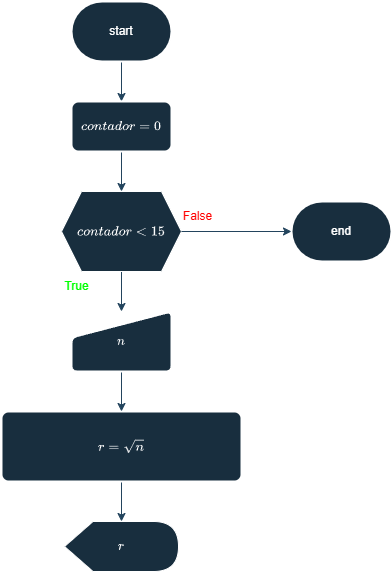
Above: Parte-3/atividade4.png in kf-martins-uel/algoritmos-atividade1 (draw.io), before the change. Source tidied: cells renumbered, new cells last; positions are measured from the earlier drawing's top-left corner, leaving out a move shared by most shapes.
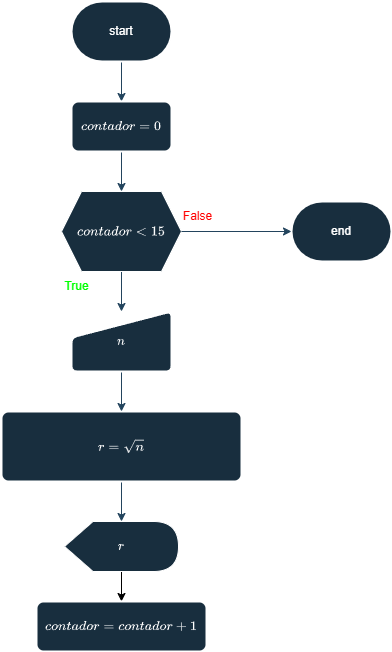
After the change.

Change to the diagram source:
```diff
@@ -26,6 +26,9 @@
     <mxCell id="9" value="$$r = \sqrt{n} $$" style="rounded=1;whiteSpace=wrap;html=1;absoluteArcSize=1;arcSize=14;strokeWidth=2;labelBackgroundColor=none;fillColor=#182E3E;strokeColor=#FFFFFF;fontColor=#FFFFFF;" parent="1" vertex="1">
       <mxGeometry y="410" width="240" height="70" as="geometry" />
     </mxCell>
+    <mxCell id="17" style="edgeStyle=orthogonalEdgeStyle;rounded=0;jettySize=auto;html=1;entryX=0.5;entryY=0;entryDx=0;entryDy=0;" parent="1" edge="1" source="10" target="18">
+      <mxGeometry relative="1" as="geometry" />
+    </mxCell>
     <mxCell id="10" value="$$r$$" style="shape=display;whiteSpace=wrap;html=1;labelBackgroundColor=none;fillColor=#182E3E;strokeColor=#FFFFFF;fontColor=#FFFFFF;" parent="1" vertex="1">
       <mxGeometry x="63" y="520" width="114" height="50" as="geometry" />
     </mxCell>
@@ -47,5 +50,8 @@
     <mxCell id="16" value="$$n$$" style="html=1;strokeWidth=2;shape=manualInput;whiteSpace=wrap;rounded=1;size=26;arcSize=11;labelBackgroundColor=none;fillColor=#182E3E;strokeColor=#FFFFFF;fontColor=#FFFFFF;" parent="1" vertex="1">
       <mxGeometry x="70" y="310" width="100" height="60" as="geometry" />
     </mxCell>
+    <mxCell id="18" value="$$contador = contador + 1$$" style="rounded=1;whiteSpace=wrap;html=1;absoluteArcSize=1;arcSize=14;strokeWidth=2;labelBackgroundColor=none;fillColor=#182E3E;strokeColor=#FFFFFF;fontColor=#FFFFFF;" parent="1" vertex="1">
+      <mxGeometry x="35" y="600" width="170" height="50" as="geometry" />
+    </mxCell>
   </root>
 </mxGraphModel>
```
